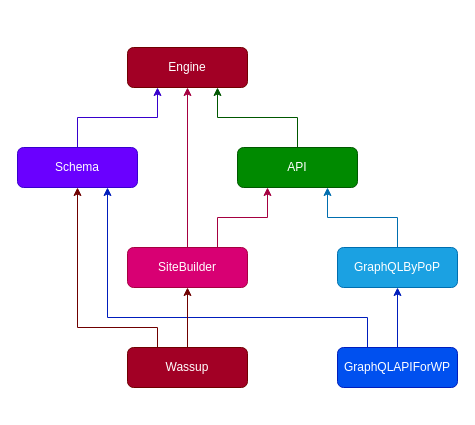
Above: assets/src/img/dependency-graph.svg.drawio in GatoGraphQL/GatoGraphQL (draw.io), before the change. Source tidied: cells renumbered, new cells numbered last; positions are measured from the earlier drawing's top-left corner, leaving out a move shared by most shapes. Both pictures are drawn from the tidied source at 100%, with x=0, y=0 at pixel (17, 47).
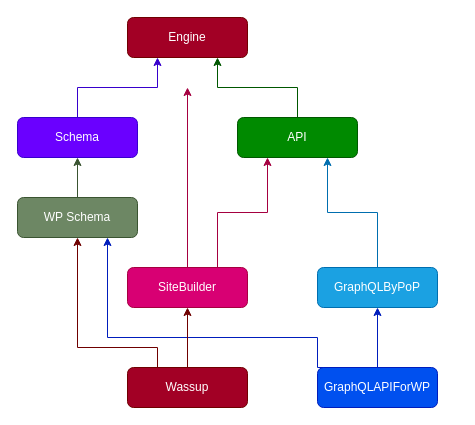
After the change.

Commit message (it also covers changes not shown here):
Updated dependency graph

Diff of the diagram source:
```diff
@@
     <mxCell id="2" value="Engine" style="rounded=1;whiteSpace=wrap;html=1;fillColor=#a20025;strokeColor=#6F0000;fontColor=#ffffff;" parent="1" vertex="1">
-      <mxGeometry x="110" width="120" height="40" as="geometry" />
+      <mxGeometry x="110" y="-30" width="120" height="40" as="geometry" />
     </mxCell>
@@
     <mxCell id="4" value="API" style="rounded=1;whiteSpace=wrap;html=1;fillColor=#008a00;strokeColor=#005700;fontColor=#ffffff;" parent="1" vertex="1">
-      <mxGeometry x="220" y="100" width="120" height="40" as="geometry" />
+      <mxGeometry x="220" y="70" width="120" height="40" as="geometry" />
     </mxCell>
@@
     <mxCell id="6" value="GraphQLByPoP" style="rounded=1;whiteSpace=wrap;html=1;fillColor=#1ba1e2;strokeColor=#006EAF;fontColor=#ffffff;" parent="1" vertex="1">
-      <mxGeometry x="320" y="200" width="120" height="40" as="geometry" />
+      <mxGeometry x="300" y="220" width="120" height="40" as="geometry" />
     </mxCell>
@@
-    <mxCell id="8" style="edgeStyle=orthogonalEdgeStyle;rounded=0;jettySize=auto;html=1;exitX=0.25;exitY=0;exitDx=0;exitDy=0;entryX=0.75;entryY=1;entryDx=0;entryDy=0;fillColor=#0050ef;strokeColor=#001DBC;" parent="1" edge="1" source="9" target="11">
+    <mxCell id="8" style="edgeStyle=orthogonalEdgeStyle;rounded=0;jettySize=auto;html=1;exitX=0.25;exitY=0;exitDx=0;exitDy=0;entryX=0.75;entryY=1;entryDx=0;entryDy=0;fillColor=#0050ef;strokeColor=#001DBC;" parent="1" edge="1" source="9" target="19">
       <mxGeometry relative="1" as="geometry">
         <Array as="points">
-          <mxPoint x="350" y="270" />
-          <mxPoint x="90" y="270" />
+          <mxPoint x="300" y="290" />
+          <mxPoint x="90" y="290" />
         </Array>
       </mxGeometry>
     </mxCell>
     <mxCell id="9" value="GraphQLAPIForWP" style="rounded=1;whiteSpace=wrap;html=1;fillColor=#0050ef;strokeColor=#001DBC;fontColor=#ffffff;" parent="1" vertex="1">
-      <mxGeometry x="320" y="300" width="120" height="40" as="geometry" />
+      <mxGeometry x="300" y="320" width="120" height="40" as="geometry" />
     </mxCell>
@@
     <mxCell id="11" value="Schema" style="rounded=1;whiteSpace=wrap;html=1;fillColor=#6a00ff;strokeColor=#3700CC;fontColor=#ffffff;" parent="1" vertex="1">
-      <mxGeometry y="100" width="120" height="40" as="geometry" />
+      <mxGeometry y="70" width="120" height="40" as="geometry" />
     </mxCell>
@@
     <mxCell id="14" value="SiteBuilder" style="rounded=1;whiteSpace=wrap;html=1;fillColor=#d80073;strokeColor=#A50040;fontColor=#ffffff;" parent="1" vertex="1">
-      <mxGeometry x="110" y="200" width="120" height="40" as="geometry" />
+      <mxGeometry x="110" y="220" width="120" height="40" as="geometry" />
     </mxCell>
@@
-    <mxCell id="16" style="edgeStyle=orthogonalEdgeStyle;rounded=0;jettySize=auto;html=1;exitX=0.25;exitY=0;exitDx=0;exitDy=0;entryX=0.5;entryY=1;entryDx=0;entryDy=0;fillColor=#a20025;strokeColor=#6F0000;" parent="1" edge="1" source="17" target="11">
+    <mxCell id="16" style="edgeStyle=orthogonalEdgeStyle;rounded=0;jettySize=auto;html=1;exitX=0.25;exitY=0;exitDx=0;exitDy=0;entryX=0.5;entryY=1;entryDx=0;entryDy=0;fillColor=#a20025;strokeColor=#6F0000;" parent="1" edge="1" source="17" target="19">
       <mxGeometry relative="1" as="geometry">
         <Array as="points">
-          <mxPoint x="140" y="280" />
-          <mxPoint x="60" y="280" />
+          <mxPoint x="140" y="300" />
+          <mxPoint x="60" y="300" />
         </Array>
       </mxGeometry>
     </mxCell>
     <mxCell id="17" value="Wassup" style="rounded=1;whiteSpace=wrap;html=1;fillColor=#a20025;strokeColor=#6F0000;fontColor=#ffffff;" parent="1" vertex="1">
-      <mxGeometry x="110" y="300" width="120" height="40" as="geometry" />
+      <mxGeometry x="110" y="320" width="120" height="40" as="geometry" />
     </mxCell>
+    <mxCell id="18" style="edgeStyle=orthogonalEdgeStyle;rounded=0;jettySize=auto;html=1;exitX=0.5;exitY=0;exitDx=0;exitDy=0;entryX=0.5;entryY=1;entryDx=0;entryDy=0;fillColor=#6d8764;strokeColor=#3A5431;" parent="1" edge="1" source="19" target="11">
+      <mxGeometry relative="1" as="geometry" />
+    </mxCell>
+    <mxCell id="19" value="WP Schema" style="rounded=1;whiteSpace=wrap;html=1;fillColor=#6d8764;strokeColor=#3A5431;fontColor=#ffffff;" parent="1" vertex="1">
+      <mxGeometry y="150" width="120" height="40" as="geometry" />
+    </mxCell>
```
